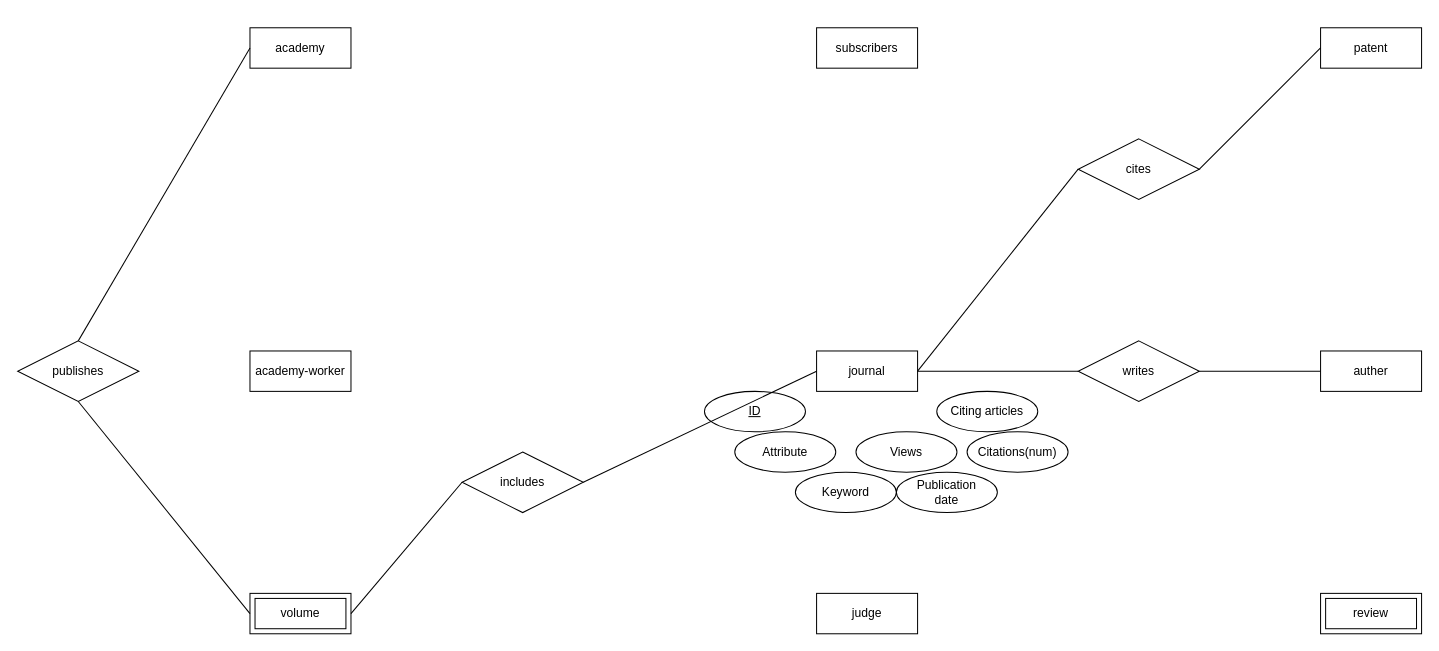
Above: 학교과제/seo.drawio in waroad/Problem-Solving (draw.io), before the change. Source tidied: cells renumbered, new cells numbered last; positions are measured from the earlier drawing's top-left corner, leaving out a move shared by most shapes. Both pictures are drawn from the tidied source at 101%, with x=0, y=0 at pixel (17, 27).
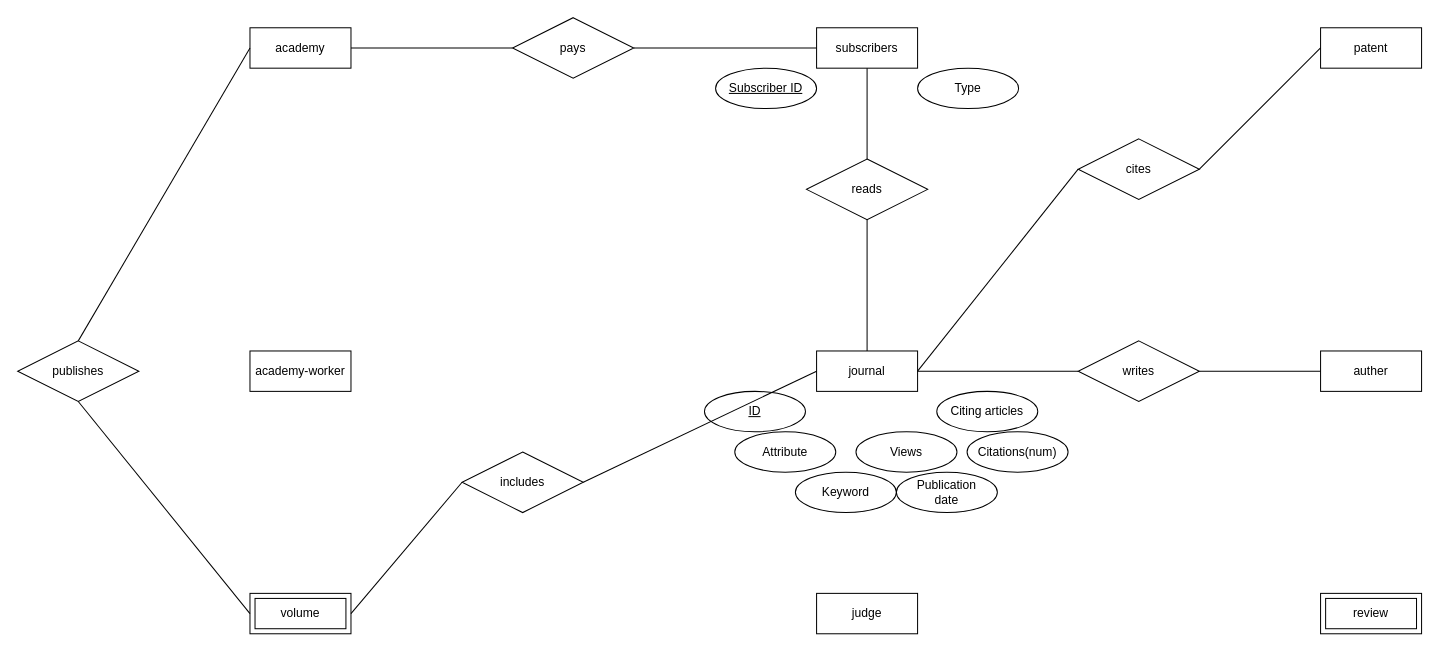
Above is the later version.

The change refers to these unchanged cells:
```xml
<mxCell id="2" value="journal" style="whiteSpace=wrap;html=1;align=center;" parent="1" vertex="1">
  <mxGeometry x="791" y="320" width="100" height="40" as="geometry" />
</mxCell>
<mxCell id="4" value="academy" style="whiteSpace=wrap;html=1;align=center;" parent="1" vertex="1">
  <mxGeometry x="230" width="100" height="40" as="geometry" />
</mxCell>
<mxCell id="9" value="subscribers" style="whiteSpace=wrap;html=1;align=center;" parent="1" vertex="1">
  <mxGeometry x="791" width="100" height="40" as="geometry" />
</mxCell>
```

The edit, as a diff of the source:
```diff
@@
+    <mxCell id="30" value="&lt;u&gt;Subscriber ID&lt;/u&gt;" style="ellipse;whiteSpace=wrap;html=1;align=center;fillColor=none;gradientColor=default;" parent="1" vertex="1">
+      <mxGeometry x="691" y="40" width="100" height="40" as="geometry" />
+    </mxCell>
+    <mxCell id="31" value="Type" style="ellipse;whiteSpace=wrap;html=1;align=center;fillColor=none;gradientColor=default;" parent="1" vertex="1">
+      <mxGeometry x="891" y="40" width="100" height="40" as="geometry" />
+    </mxCell>
+    <mxCell id="32" value="reads" style="shape=rhombus;perimeter=rhombusPerimeter;whiteSpace=wrap;html=1;align=center;fillColor=none;gradientColor=default;" parent="1" vertex="1">
+      <mxGeometry x="781" y="130" width="120" height="60" as="geometry" />
+    </mxCell>
+    <mxCell id="33" style="endArrow=none;html=1;rounded=0;exitX=0.5;exitY=1;exitDx=0;exitDy=0;entryX=0.5;entryY=0;entryDx=0;entryDy=0;" parent="1" edge="1" source="9" target="32">
+      <mxGeometry relative="1" as="geometry" />
+    </mxCell>
+    <mxCell id="34" style="endArrow=none;html=1;rounded=0;entryX=0.5;entryY=0;entryDx=0;entryDy=0;exitX=0.5;exitY=1;exitDx=0;exitDy=0;" parent="1" edge="1" source="32" target="2">
+      <mxGeometry relative="1" as="geometry" />
+    </mxCell>
+    <mxCell id="35" value="pays" style="shape=rhombus;perimeter=rhombusPerimeter;whiteSpace=wrap;html=1;align=center;fillColor=none;gradientColor=default;" parent="1" vertex="1">
+      <mxGeometry x="490" y="-10" width="120" height="60" as="geometry" />
+    </mxCell>
+    <mxCell id="36" style="endArrow=none;html=1;rounded=0;exitX=1;exitY=0.5;exitDx=0;exitDy=0;entryX=0;entryY=0.5;entryDx=0;entryDy=0;" parent="1" edge="1" source="4" target="35">
+      <mxGeometry relative="1" as="geometry" />
+    </mxCell>
+    <mxCell id="37" style="endArrow=none;html=1;rounded=0;exitX=1;exitY=0.5;exitDx=0;exitDy=0;entryX=0;entryY=0.5;entryDx=0;entryDy=0;" parent="1" edge="1" source="35" target="9">
+      <mxGeometry relative="1" as="geometry" />
+    </mxCell>
```
